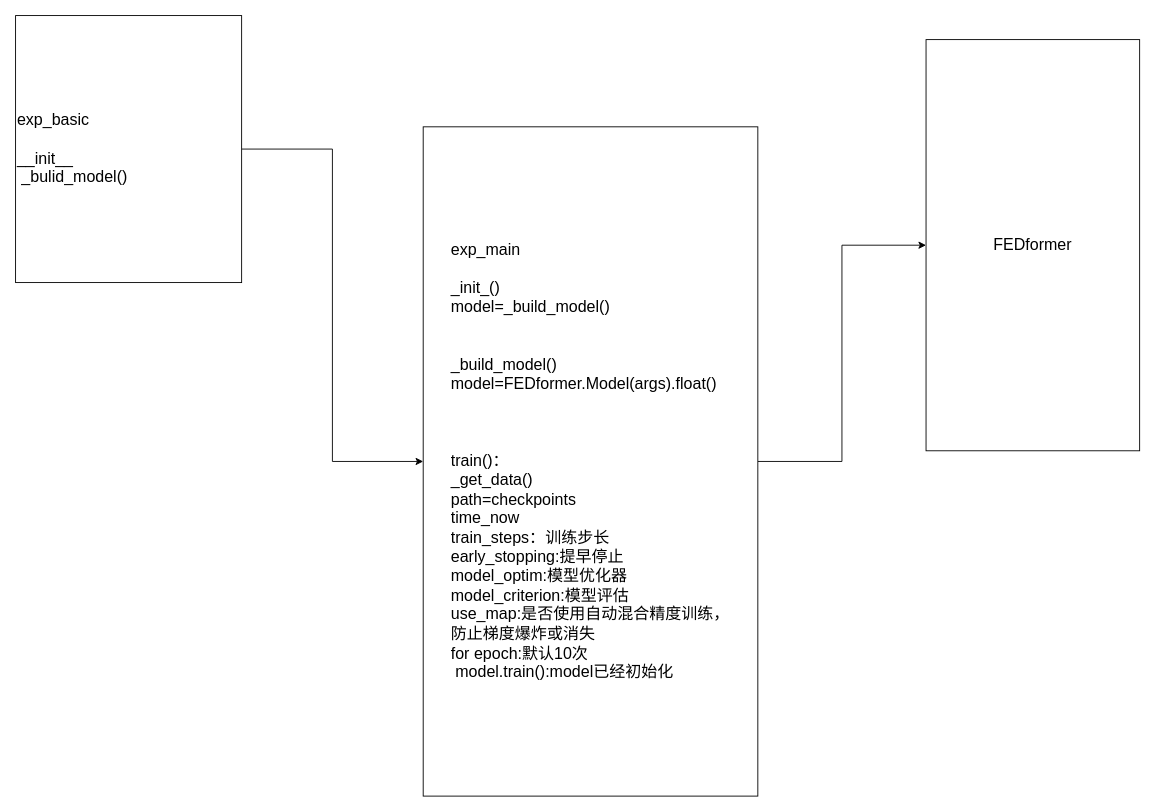
This is FEDformer.drawio from Lihua-neko/QASystemOnMedicalKG, a draw.io file, before an edit. Source tidied: cells renumbered, new cells numbered last; positions are measured from the earlier drawing's top-left corner, leaving out a move shared by most shapes. Both pictures are drawn from the tidied source at 89%, with x=0, y=0 at pixel (15, 15).
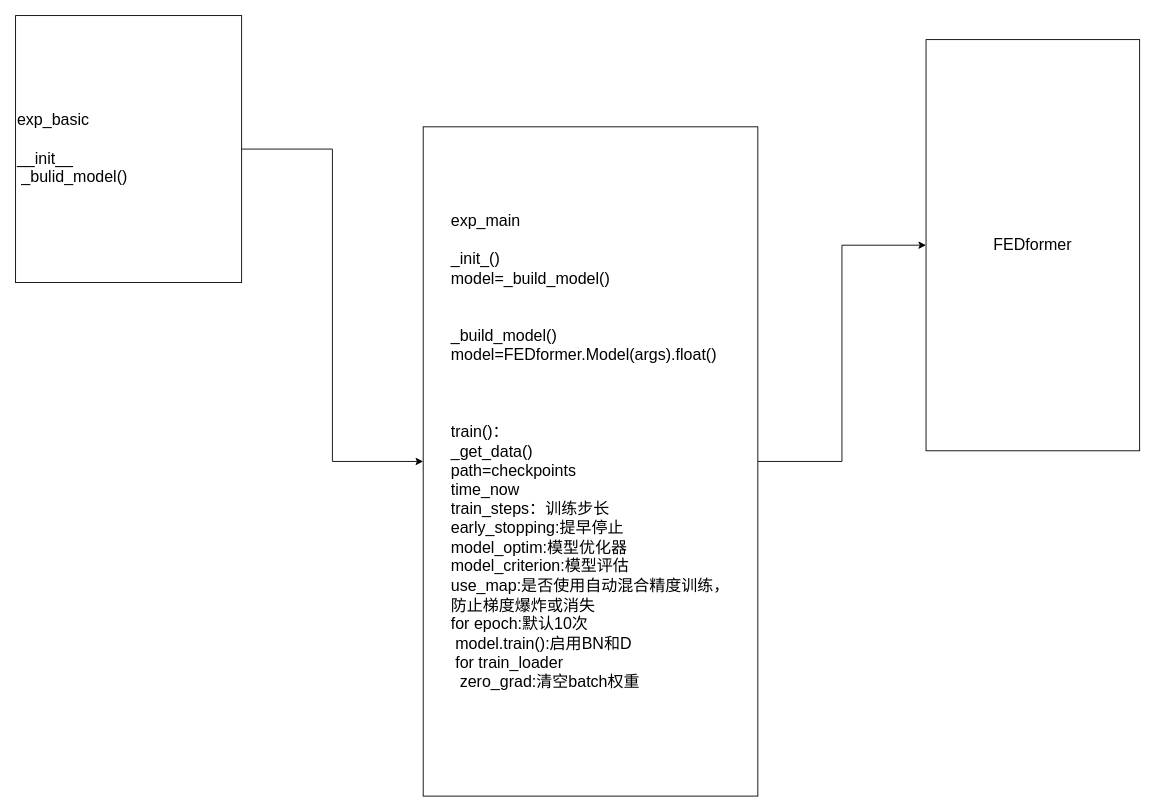
The same diagram, later.

The edit, as a diff of the source:
```diff
@@
 <mxGraphModel>
   <root>
     <mxCell id="0" />
     <mxCell id="1" parent="0" />
     <mxCell id="2" style="edgeStyle=orthogonalEdgeStyle;rounded=0;jettySize=auto;html=1;fontSize=18;" parent="1" edge="1" source="3" target="6">
       <mxGeometry relative="1" as="geometry" />
     </mxCell>
-    <mxCell id="3" value="&lt;div style=&quot;text-align: left;&quot;&gt;&lt;span style=&quot;font-size: 18px; background-color: initial;&quot;&gt;exp_main&lt;/span&gt;&lt;/div&gt;&lt;div style=&quot;text-align: left;&quot;&gt;&lt;span style=&quot;font-size: 18px; background-color: initial;&quot;&gt;&lt;br&gt;&lt;/span&gt;&lt;/div&gt;&lt;div style=&quot;text-align: left;&quot;&gt;&lt;span style=&quot;font-size: 18px; background-color: initial;&quot;&gt;_init_()&lt;/span&gt;&lt;/div&gt;&lt;div style=&quot;text-align: left;&quot;&gt;&lt;span style=&quot;font-size: 18px; background-color: initial;&quot;&gt;model=_build_model()&lt;/span&gt;&lt;/div&gt;&lt;div style=&quot;text-align: left;&quot;&gt;&lt;span style=&quot;font-size: 18px; background-color: initial;&quot;&gt;&lt;br&gt;&lt;/span&gt;&lt;/div&gt;&lt;font style=&quot;font-size: 18px;&quot;&gt;&lt;div style=&quot;text-align: left;&quot;&gt;&lt;span style=&quot;background-color: initial;&quot;&gt;&lt;br&gt;&lt;/span&gt;&lt;/div&gt;&lt;div style=&quot;text-align: left;&quot;&gt;_build_model()&lt;/div&gt;&lt;div style=&quot;text-align: left;&quot;&gt;model=FEDformer.Model(args).float()&lt;/div&gt;&lt;div style=&quot;text-align: left;&quot;&gt;&lt;br&gt;&lt;/div&gt;&lt;div style=&quot;text-align: left;&quot;&gt;&lt;span style=&quot;background-color: initial;&quot;&gt;&lt;br&gt;&lt;/span&gt;&lt;/div&gt;&lt;div style=&quot;text-align: left;&quot;&gt;&lt;span style=&quot;background-color: initial;&quot;&gt;&lt;br&gt;&lt;/span&gt;&lt;/div&gt;&lt;div style=&quot;text-align: left;&quot;&gt;&lt;span style=&quot;background-color: initial;&quot;&gt;train()：&lt;/span&gt;&lt;/div&gt;&lt;div style=&quot;text-align: left;&quot;&gt;&lt;span style=&quot;background-color: initial;&quot;&gt;_get_data()&lt;/span&gt;&lt;/div&gt;&lt;div style=&quot;text-align: left;&quot;&gt;&lt;span style=&quot;background-color: initial;&quot;&gt;path=checkpoints&lt;/span&gt;&lt;/div&gt;&lt;div style=&quot;text-align: left;&quot;&gt;&lt;span style=&quot;background-color: initial;&quot;&gt;time_now&lt;/span&gt;&lt;/div&gt;&lt;div style=&quot;text-align: left;&quot;&gt;&lt;span style=&quot;background-color: initial;&quot;&gt;train_steps：训练步长&lt;/span&gt;&lt;/div&gt;&lt;div style=&quot;text-align: left;&quot;&gt;&lt;span style=&quot;background-color: initial;&quot;&gt;early_stopping:提早停止&lt;/span&gt;&lt;/div&gt;&lt;div style=&quot;text-align: left;&quot;&gt;&lt;span style=&quot;background-color: initial;&quot;&gt;model_optim:模型优化器&lt;br&gt;model_criterion:模型评估&lt;/span&gt;&lt;/div&gt;&lt;div style=&quot;text-align: left;&quot;&gt;&lt;span style=&quot;background-color: initial;&quot;&gt;use_map:是否使用自动混合精度训练，&lt;/span&gt;&lt;/div&gt;&lt;div style=&quot;text-align: left;&quot;&gt;&lt;span style=&quot;background-color: initial;&quot;&gt;防止梯度爆炸或消失&lt;/span&gt;&lt;/div&gt;&lt;div style=&quot;text-align: left;&quot;&gt;&lt;span style=&quot;background-color: initial;&quot;&gt;for epoch:默认10次&lt;/span&gt;&lt;/div&gt;&lt;div style=&quot;text-align: left;&quot;&gt;&lt;span style=&quot;background-color: initial;&quot;&gt;&lt;span style=&quot;white-space: pre;&quot;&gt; &lt;/span&gt;model.train():model已经初始化&lt;br&gt;&lt;/span&gt;&lt;/div&gt;&lt;/font&gt;" style="rounded=0;whiteSpace=wrap;html=1;" parent="1" vertex="1">
+    <mxCell id="3" value="&lt;div style=&quot;text-align: left;&quot;&gt;&lt;span style=&quot;font-size: 18px; background-color: initial;&quot;&gt;exp_main&lt;/span&gt;&lt;/div&gt;&lt;div style=&quot;text-align: left;&quot;&gt;&lt;span style=&quot;font-size: 18px; background-color: initial;&quot;&gt;&lt;br&gt;&lt;/span&gt;&lt;/div&gt;&lt;div style=&quot;text-align: left;&quot;&gt;&lt;span style=&quot;font-size: 18px; background-color: initial;&quot;&gt;_init_()&lt;/span&gt;&lt;/div&gt;&lt;div style=&quot;text-align: left;&quot;&gt;&lt;span style=&quot;font-size: 18px; background-color: initial;&quot;&gt;model=_build_model()&lt;/span&gt;&lt;/div&gt;&lt;div style=&quot;text-align: left;&quot;&gt;&lt;span style=&quot;font-size: 18px; background-color: initial;&quot;&gt;&lt;br&gt;&lt;/span&gt;&lt;/div&gt;&lt;font style=&quot;font-size: 18px;&quot;&gt;&lt;div style=&quot;text-align: left;&quot;&gt;&lt;span style=&quot;background-color: initial;&quot;&gt;&lt;br&gt;&lt;/span&gt;&lt;/div&gt;&lt;div style=&quot;text-align: left;&quot;&gt;_build_model()&lt;/div&gt;&lt;div style=&quot;text-align: left;&quot;&gt;model=FEDformer.Model(args).float()&lt;/div&gt;&lt;div style=&quot;text-align: left;&quot;&gt;&lt;br&gt;&lt;/div&gt;&lt;div style=&quot;text-align: left;&quot;&gt;&lt;span style=&quot;background-color: initial;&quot;&gt;&lt;br&gt;&lt;/span&gt;&lt;/div&gt;&lt;div style=&quot;text-align: left;&quot;&gt;&lt;span style=&quot;background-color: initial;&quot;&gt;&lt;br&gt;&lt;/span&gt;&lt;/div&gt;&lt;div style=&quot;text-align: left;&quot;&gt;&lt;span style=&quot;background-color: initial;&quot;&gt;train()：&lt;/span&gt;&lt;/div&gt;&lt;div style=&quot;text-align: left;&quot;&gt;&lt;span style=&quot;background-color: initial;&quot;&gt;_get_data()&lt;/span&gt;&lt;/div&gt;&lt;div style=&quot;text-align: left;&quot;&gt;&lt;span style=&quot;background-color: initial;&quot;&gt;path=checkpoints&lt;/span&gt;&lt;/div&gt;&lt;div style=&quot;text-align: left;&quot;&gt;&lt;span style=&quot;background-color: initial;&quot;&gt;time_now&lt;/span&gt;&lt;/div&gt;&lt;div style=&quot;text-align: left;&quot;&gt;&lt;span style=&quot;background-color: initial;&quot;&gt;train_steps：训练步长&lt;/span&gt;&lt;/div&gt;&lt;div style=&quot;text-align: left;&quot;&gt;&lt;span style=&quot;background-color: initial;&quot;&gt;early_stopping:提早停止&lt;/span&gt;&lt;/div&gt;&lt;div style=&quot;text-align: left;&quot;&gt;&lt;span style=&quot;background-color: initial;&quot;&gt;model_optim:模型优化器&lt;br&gt;model_criterion:模型评估&lt;/span&gt;&lt;/div&gt;&lt;div style=&quot;text-align: left;&quot;&gt;&lt;span style=&quot;background-color: initial;&quot;&gt;use_map:是否使用自动混合精度训练，&lt;/span&gt;&lt;/div&gt;&lt;div style=&quot;text-align: left;&quot;&gt;&lt;span style=&quot;background-color: initial;&quot;&gt;防止梯度爆炸或消失&lt;/span&gt;&lt;/div&gt;&lt;div style=&quot;text-align: left;&quot;&gt;&lt;span style=&quot;background-color: initial;&quot;&gt;for epoch:默认10次&lt;/span&gt;&lt;/div&gt;&lt;div style=&quot;text-align: left;&quot;&gt;&lt;span style=&quot;background-color: initial;&quot;&gt;&lt;span style=&quot;white-space: pre;&quot;&gt; &lt;/span&gt;model.train():启用BN和D&lt;/span&gt;&lt;/div&gt;&lt;div style=&quot;text-align: left;&quot;&gt;&lt;span style=&quot;background-color: initial;&quot;&gt;&lt;span style=&quot;white-space: pre;&quot;&gt; &lt;/span&gt;for train_loader&lt;/span&gt;&lt;/div&gt;&lt;div style=&quot;text-align: left;&quot;&gt;&lt;span style=&quot;background-color: initial;&quot;&gt;&lt;span style=&quot;white-space: pre;&quot;&gt; &lt;/span&gt;&lt;span style=&quot;white-space: pre;&quot;&gt; &lt;/span&gt;zero_grad:清空batch权重&lt;br&gt;&lt;/span&gt;&lt;/div&gt;&lt;div style=&quot;text-align: left;&quot;&gt;&lt;span style=&quot;background-color: initial;&quot;&gt;&lt;br&gt;&lt;/span&gt;&lt;/div&gt;&lt;/font&gt;" style="rounded=0;whiteSpace=wrap;html=1;" parent="1" vertex="1">
       <mxGeometry x="458" y="125" width="376" height="752" as="geometry" />
     </mxCell>
     <mxCell id="4" style="edgeStyle=orthogonalEdgeStyle;rounded=0;jettySize=auto;html=1;fontSize=18;" parent="1" edge="1" source="5" target="3">
       <mxGeometry relative="1" as="geometry" />
     </mxCell>
     <mxCell id="5" value="exp_basic&lt;br&gt;&lt;br&gt;__init__&lt;br&gt;&lt;span style=&quot;white-space: pre;&quot;&gt; &lt;/span&gt;_bulid_model()" style="rounded=0;whiteSpace=wrap;html=1;fontSize=18;align=left;" parent="1" vertex="1">
       <mxGeometry width="254" height="300" as="geometry" />
     </mxCell>
     <mxCell id="6" value="FEDformer" style="rounded=0;whiteSpace=wrap;html=1;fontSize=18;" parent="1" vertex="1">
       <mxGeometry x="1023" y="27" width="240" height="462" as="geometry" />
     </mxCell>
   </root>
 </mxGraphModel>
```
